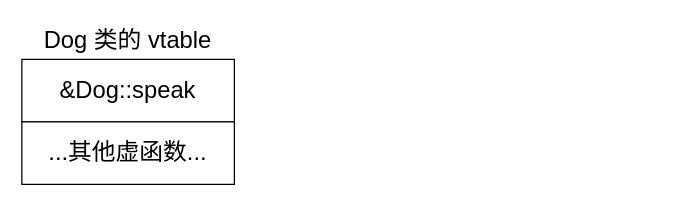
xiaodongYao/DrawIO keeps this draw.io diagram as facedraw.drawio. Above is the earlier version. Source tidied: cells renumbered, new cells numbered last; positions are measured from the earlier drawing's top-left corner, leaving out a move shared by most shapes. Both pictures are drawn from the tidied source at 125%, with x=0, y=0 at pixel (21, 21).
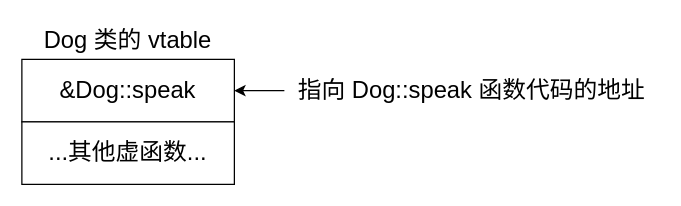
Above is the later version.

The edit, as a diff of the source:
```diff
@@
 <mxGraphModel>
   <root>
     <mxCell id="0" />
     <mxCell id="1" parent="0" />
     <mxCell id="2" value="Dog 类的 vtable" style="text;html=1;align=center;verticalAlign=middle;whiteSpace=wrap;rounded=0;fontSize=19;" parent="1" vertex="1">
       <mxGeometry x="15" width="140" height="30" as="geometry" />
     </mxCell>
     <mxCell id="3" value="&amp;amp;Dog::speak" style="rounded=0;whiteSpace=wrap;html=1;fontSize=19;" parent="1" vertex="1">
       <mxGeometry y="30" width="170" height="50" as="geometry" />
     </mxCell>
     <mxCell id="4" value="...其他虚函数..." style="rounded=0;whiteSpace=wrap;html=1;fontSize=19;" parent="1" vertex="1">
       <mxGeometry y="80" width="170" height="50" as="geometry" />
     </mxCell>
+    <mxCell id="5" style="edgeStyle=orthogonalEdgeStyle;rounded=0;jettySize=auto;html=1;exitX=0;exitY=0.5;exitDx=0;exitDy=0;entryX=1;entryY=0.5;entryDx=0;entryDy=0;" parent="1" edge="1" source="6" target="3">
+      <mxGeometry relative="1" as="geometry" />
+    </mxCell>
+    <mxCell id="6" value="指向 Dog::speak 函数代码的地址" style="text;html=1;align=center;verticalAlign=middle;whiteSpace=wrap;rounded=0;fontSize=19;" parent="1" vertex="1">
+      <mxGeometry x="210" y="40" width="300" height="30" as="geometry" />
+    </mxCell>
   </root>
 </mxGraphModel>
```
